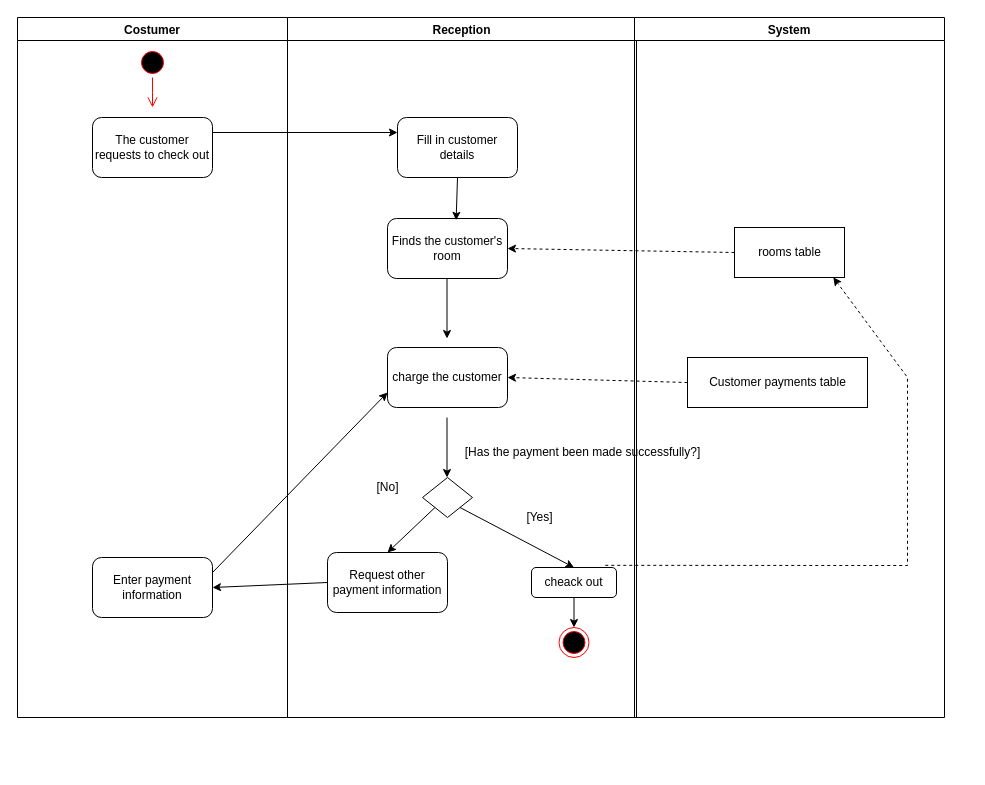
The draw.io diagram הכנה לפרוייקט גמר/drowio/צאק אווט.drawio in MaorShtern/LHOTEL, before the edit. Source tidied: cells renumbered, new cells numbered last; positions are measured from the earlier drawing's top-left corner, leaving out a move shared by most shapes. Both pictures are drawn from the tidied source at 100%, with x=0, y=0 at pixel (17, 17).
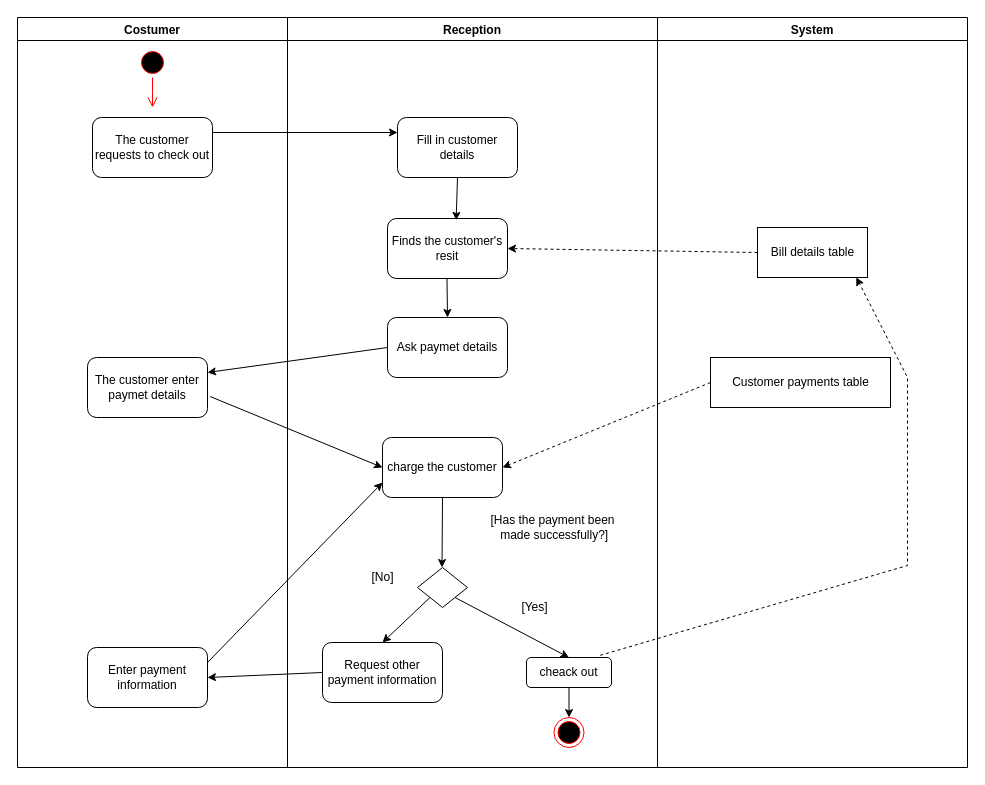
Above is the later version.

Change to the diagram source:
```diff
@@
     <mxCell id="2" value="Costumer" style="swimlane;" parent="1" vertex="1">
-      <mxGeometry width="270" height="700" as="geometry" />
+      <mxGeometry width="270" height="750" as="geometry" />
     </mxCell>
@@
     <mxCell id="6" value="Enter payment information" style="rounded=1;whiteSpace=wrap;html=1;fontSize=12;" parent="2" vertex="1">
-      <mxGeometry x="75" y="540" width="120" height="60" as="geometry" />
+      <mxGeometry x="70" y="630" width="120" height="60" as="geometry" />
     </mxCell>
+    <mxCell id="33" value="The customer enter paymet details" style="rounded=1;whiteSpace=wrap;html=1;" parent="2" vertex="1">
+      <mxGeometry x="70" y="340" width="120" height="60" as="geometry" />
+    </mxCell>
     <mxCell id="7" value="Reception" style="swimlane;startSize=23;" parent="1" vertex="1">
-      <mxGeometry x="270" width="349" height="700" as="geometry" />
+      <mxGeometry x="270" width="370" height="750" as="geometry" />
     </mxCell>
@@
-    <mxCell id="9" value="Finds the customer's room" style="rounded=1;whiteSpace=wrap;html=1;" parent="7" vertex="1">
+    <mxCell id="9" value="Finds the customer's resit" style="rounded=1;whiteSpace=wrap;html=1;" parent="7" vertex="1">
       <mxGeometry x="100" y="201" width="120" height="60" as="geometry" />
     </mxCell>
@@
-    <mxCell id="11" style="endArrow=classic;html=1;rounded=0;fontSize=12;exitX=0.5;exitY=1;exitDx=0;exitDy=0;entryX=0.5;entryY=0;entryDx=0;entryDy=0;" parent="7" edge="1">
+    <mxCell id="11" style="endArrow=classic;html=1;rounded=0;fontSize=12;exitX=0.5;exitY=1;exitDx=0;exitDy=0;entryX=0.5;entryY=0;entryDx=0;entryDy=0;" parent="7" edge="1" target="34">
       <mxGeometry relative="1" as="geometry">
         <mxPoint x="159.5" y="261" as="sourcePoint" />
-        <mxPoint x="159.5" y="321" as="targetPoint" />
       </mxGeometry>
     </mxCell>
     <mxCell id="12" value="charge the&amp;nbsp;customer" style="rounded=1;whiteSpace=wrap;html=1;" parent="7" vertex="1">
-      <mxGeometry x="100" y="330" width="120" height="60" as="geometry" />
+      <mxGeometry x="95" y="420" width="120" height="60" as="geometry" />
     </mxCell>
     <mxCell id="13" style="rhombus;whiteSpace=wrap;html=1;fontSize=12;" parent="7" vertex="1">
-      <mxGeometry x="135" y="460" width="50" height="40" as="geometry" />
+      <mxGeometry x="130" y="550" width="50" height="40" as="geometry" />
     </mxCell>
     <mxCell id="14" style="endArrow=classic;html=1;rounded=0;fontSize=12;exitX=1;exitY=1;exitDx=0;exitDy=0;" parent="7" edge="1" source="13">
       <mxGeometry relative="1" as="geometry">
-        <mxPoint x="286.5" y="550" as="targetPoint" />
+        <mxPoint x="281.5" y="640" as="targetPoint" />
       </mxGeometry>
     </mxCell>
     <mxCell id="15" value="[Yes]" style="text;html=1;align=center;verticalAlign=middle;strokeColor=none;fillColor=none;fontSize=12;" parent="7" vertex="1">
-      <mxGeometry x="231.5" y="490" width="40" height="20" as="geometry" />
+      <mxGeometry x="226.5" y="580" width="40" height="20" as="geometry" />
     </mxCell>
-    <mxCell id="16" style="endArrow=classic;html=1;rounded=0;fontSize=12;exitX=0.5;exitY=1;exitDx=0;exitDy=0;entryX=0.5;entryY=0;entryDx=0;entryDy=0;" parent="7" edge="1">
+    <mxCell id="16" style="endArrow=classic;html=1;rounded=0;fontSize=12;exitX=0.5;exitY=1;exitDx=0;exitDy=0;entryX=0.5;entryY=0;entryDx=0;entryDy=0;" parent="7" edge="1" source="12">
       <mxGeometry relative="1" as="geometry">
-        <mxPoint x="159.5" y="400" as="sourcePoint" />
-        <mxPoint x="159.5" y="460" as="targetPoint" />
+        <mxPoint x="154.5" y="550" as="targetPoint" />
       </mxGeometry>
     </mxCell>
     <mxCell id="17" value="cheack out" style="rounded=1;whiteSpace=wrap;html=1;" parent="7" vertex="1">
-      <mxGeometry x="244" y="550" width="85" height="30" as="geometry" />
+      <mxGeometry x="239" y="640" width="85" height="30" as="geometry" />
     </mxCell>
     <mxCell id="18" style="ellipse;html=1;shape=endState;fillColor=#000000;strokeColor=#ff0000;fontSize=12;" parent="7" vertex="1">
-      <mxGeometry x="271.5" y="610" width="30" height="30" as="geometry" />
+      <mxGeometry x="266.5" y="700" width="30" height="30" as="geometry" />
     </mxCell>
-    <mxCell id="19" style="endArrow=classic;html=1;rounded=0;fontSize=12;exitX=0.5;exitY=1;exitDx=0;exitDy=0;entryX=0.5;entryY=0;entryDx=0;entryDy=0;" parent="7" edge="1" source="17" target="18">
-      <mxGeometry relative="1" as="geometry" />
+    <mxCell id="19" style="endArrow=classic;html=1;rounded=0;fontSize=12;exitX=0.5;exitY=1;exitDx=0;exitDy=0;entryX=0.5;entryY=0;entryDx=0;entryDy=0;" parent="7" edge="1" target="18">
+      <mxGeometry relative="1" as="geometry">
+        <mxPoint x="281.5" y="670" as="sourcePoint" />
+      </mxGeometry>
     </mxCell>
     <mxCell id="20" value="Request other payment information" style="rounded=1;whiteSpace=wrap;html=1;fontSize=12;" parent="7" vertex="1">
-      <mxGeometry x="40" y="535" width="120" height="60" as="geometry" />
+      <mxGeometry x="35" y="625" width="120" height="60" as="geometry" />
     </mxCell>
@@
+    <mxCell id="34" value="Ask paymet details" style="rounded=1;whiteSpace=wrap;html=1;" parent="7" vertex="1">
+      <mxGeometry x="100" y="300" width="120" height="60" as="geometry" />
+    </mxCell>
+    <mxCell id="25" value="[Has the payment been&lt;br&gt;&amp;nbsp;made successfully?]" style="text;html=1;align=center;verticalAlign=middle;strokeColor=none;fillColor=none;" parent="7" vertex="1">
+      <mxGeometry x="190" y="490" width="150" height="40" as="geometry" />
+    </mxCell>
     <mxCell id="22" value="System" style="swimlane;" parent="1" vertex="1">
-      <mxGeometry x="617" width="310" height="700" as="geometry" />
+      <mxGeometry x="640" width="310" height="750" as="geometry" />
     </mxCell>
-    <mxCell id="23" value="rooms table" style="html=1;" parent="22" vertex="1">
+    <mxCell id="23" value="Bill details table" style="html=1;" parent="22" vertex="1">
       <mxGeometry x="100" y="210" width="110" height="50" as="geometry" />
     </mxCell>
@@
-    <mxCell id="25" value="[Has the payment been made successfully?]" style="text;html=1;align=center;verticalAlign=middle;strokeColor=none;fillColor=none;" parent="22" vertex="1">
-      <mxGeometry x="-177" y="425" width="250" height="20" as="geometry" />
-    </mxCell>
@@
     <mxCell id="29" value="[No]" style="text;html=1;align=center;verticalAlign=middle;strokeColor=none;fillColor=none;" parent="1" vertex="1">
-      <mxGeometry x="350" y="460" width="40" height="20" as="geometry" />
+      <mxGeometry x="345" y="550" width="40" height="20" as="geometry" />
     </mxCell>
@@
+    <mxCell id="35" style="endArrow=classic;html=1;rounded=0;exitX=0;exitY=0.5;exitDx=0;exitDy=0;entryX=1;entryY=0.25;entryDx=0;entryDy=0;" parent="1" edge="1" source="34" target="33">
+      <mxGeometry relative="1" as="geometry" />
+    </mxCell>
+    <mxCell id="36" style="endArrow=classic;html=1;rounded=0;exitX=1.022;exitY=0.65;exitDx=0;exitDy=0;exitPerimeter=0;entryX=0;entryY=0.5;entryDx=0;entryDy=0;" parent="1" edge="1" source="33" target="12">
+      <mxGeometry relative="1" as="geometry" />
+    </mxCell>
```
